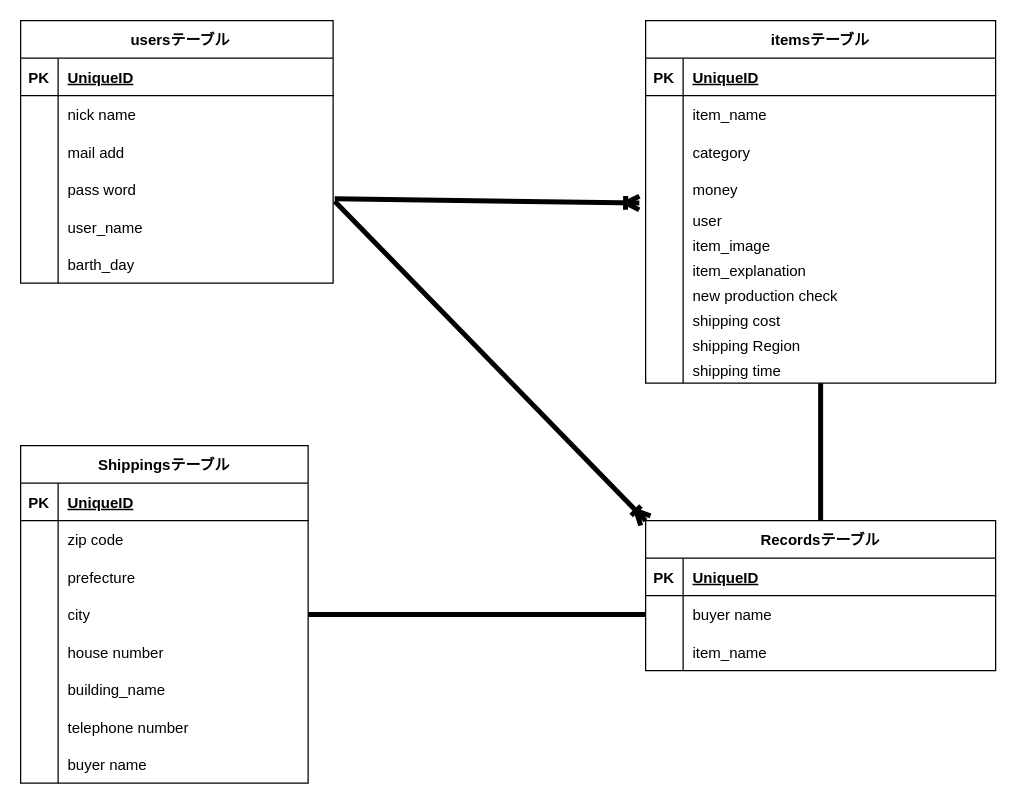
The draw.io diagram furima.dio in Tomapin/furima-41470, before the edit. Source tidied: cells renumbered, new cells numbered last; positions are measured from the earlier drawing's top-left corner, leaving out a move shared by most shapes. Both pictures are drawn from the tidied source at 125%, with x=0, y=0 at pixel (20, 20).
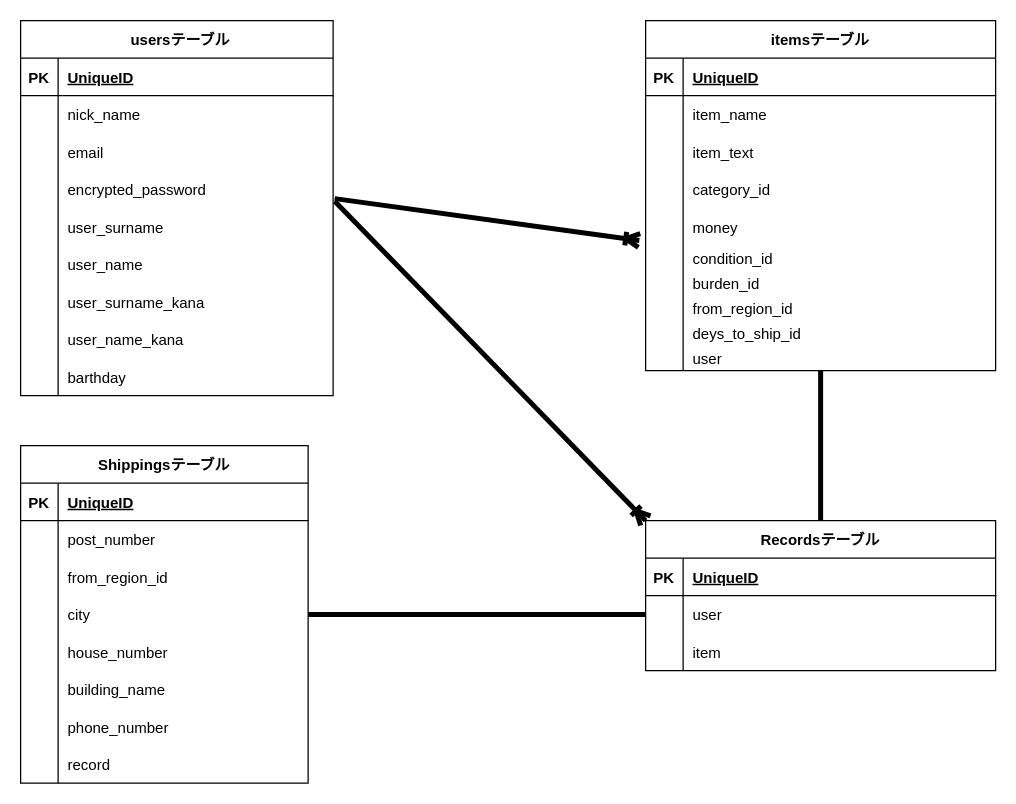
After the change.

Commit message (it also covers changes not shown here):
データベース設計再作成⑫

Unchanged cells that the change refers to:
```xml
<mxCell id="6" style="shape=tableRow;horizontal=0;startSize=0;swimlaneHead=0;swimlaneBody=0;fillColor=none;top=0;left=0;right=0;bottom=0;" parent="2" vertex="1">
  <mxGeometry y="60" width="250" height="30" as="geometry" />
</mxCell>
<mxCell id="9" style="shape=tableRow;horizontal=0;startSize=0;swimlaneHead=0;swimlaneBody=0;fillColor=none;top=0;left=0;right=0;bottom=0;" parent="2" vertex="1">
  <mxGeometry y="90" width="250" height="30" as="geometry" />
</mxCell>
<mxCell id="12" style="shape=tableRow;horizontal=0;startSize=0;swimlaneHead=0;swimlaneBody=0;fillColor=none;points=[[0,0.5],[1,0.5]];portConstraint=eastwest;top=0;left=0;right=0;bottom=0;" parent="2" vertex="1">
  <mxGeometry y="120" width="250" height="30" as="geometry" />
</mxCell>
<mxCell id="15" style="shape=tableRow;horizontal=0;startSize=0;swimlaneHead=0;swimlaneBody=0;fillColor=none;points=[[0,0.5],[1,0.5]];portConstraint=eastwest;top=0;left=0;right=0;bottom=0;" parent="2" vertex="1">
  <mxGeometry y="150" width="250" height="30" as="geometry" />
</mxCell>
<mxCell id="28" style="shape=tableRow;horizontal=0;startSize=0;swimlaneHead=0;swimlaneBody=0;fillColor=none;top=0;left=0;right=0;bottom=0;" parent="21" vertex="1">
  <mxGeometry y="90" width="280" height="30" as="geometry" />
</mxCell>
<mxCell id="60" style="shape=tableRow;horizontal=0;startSize=0;swimlaneHead=0;swimlaneBody=0;fillColor=none;points=[[0,0.5],[1,0.5]];portConstraint=eastwest;top=0;left=0;right=0;bottom=0;" parent="56" vertex="1">
  <mxGeometry y="60" width="280" height="30" as="geometry" />
</mxCell>
<mxCell id="63" style="shape=tableRow;horizontal=0;startSize=0;swimlaneHead=0;swimlaneBody=0;fillColor=none;top=0;left=0;right=0;bottom=0;" parent="56" vertex="1">
  <mxGeometry y="90" width="280" height="30" as="geometry" />
</mxCell>
<mxCell id="72" style="shape=tableRow;horizontal=0;startSize=0;swimlaneHead=0;swimlaneBody=0;fillColor=none;top=0;left=0;right=0;bottom=0;" parent="68" vertex="1">
  <mxGeometry y="60" width="230" height="30" as="geometry" />
</mxCell>
<mxCell id="75" style="shape=tableRow;horizontal=0;startSize=0;swimlaneHead=0;swimlaneBody=0;fillColor=none;top=0;left=0;right=0;bottom=0;" parent="68" vertex="1">
  <mxGeometry y="90" width="230" height="30" as="geometry" />
</mxCell>
<mxCell id="81" style="shape=tableRow;horizontal=0;startSize=0;swimlaneHead=0;swimlaneBody=0;fillColor=none;top=0;left=0;right=0;bottom=0;" parent="68" vertex="1">
  <mxGeometry y="150" width="230" height="30" as="geometry" />
</mxCell>
<mxCell id="87" style="shape=tableRow;horizontal=0;startSize=0;swimlaneHead=0;swimlaneBody=0;fillColor=none;top=0;left=0;right=0;bottom=0;" parent="68" vertex="1">
  <mxGeometry y="210" width="230" height="30" as="geometry" />
</mxCell>
<mxCell id="90" style="shape=tableRow;horizontal=0;startSize=0;swimlaneHead=0;swimlaneBody=0;fillColor=none;top=0;left=0;right=0;bottom=0;" parent="68" vertex="1">
  <mxGeometry y="240" width="230" height="30" as="geometry" />
</mxCell>
```

Change to the diagram source:
```diff
@@
     <mxCell id="2" value="usersテーブル" style="shape=table;startSize=30;childLayout=tableLayout;rowLines=0;fontStyle=1;align=center;fillColor=none;spacingLeft=6;" parent="1" vertex="1">
-      <mxGeometry width="250" height="210" as="geometry" />
+      <mxGeometry width="250" height="300" as="geometry" />
     </mxCell>
@@
-    <mxCell id="8" value="nick name" style="shape=partialRectangle;fillColor=none;top=0;left=0;bottom=0;right=0;align=left;spacingLeft=6;overflow=hidden;" parent="6" vertex="1">
+    <mxCell id="8" value="nick_name" style="shape=partialRectangle;fillColor=none;top=0;left=0;bottom=0;right=0;align=left;spacingLeft=6;overflow=hidden;" parent="6" vertex="1">
       <mxGeometry x="30" width="220" height="30" as="geometry" />
     </mxCell>
@@
-    <mxCell id="11" value="mail add" style="shape=partialRectangle;fillColor=none;top=0;left=0;bottom=0;right=0;align=left;spacingLeft=6;overflow=hidden;" parent="9" vertex="1">
+    <mxCell id="11" value="email" style="shape=partialRectangle;fillColor=none;top=0;left=0;bottom=0;right=0;align=left;spacingLeft=6;overflow=hidden;" parent="9" vertex="1">
       <mxGeometry x="30" width="220" height="30" as="geometry" />
     </mxCell>
@@
-    <mxCell id="14" value="pass word" style="shape=partialRectangle;fillColor=none;top=0;left=0;bottom=0;right=0;align=left;spacingLeft=6;overflow=hidden;" parent="12" vertex="1">
+    <mxCell id="14" value="encrypted_password" style="shape=partialRectangle;fillColor=none;top=0;left=0;bottom=0;right=0;align=left;spacingLeft=6;overflow=hidden;" parent="12" vertex="1">
       <mxGeometry x="30" width="220" height="30" as="geometry" />
     </mxCell>
@@
-    <mxCell id="17" value="user_name" style="shape=partialRectangle;fillColor=none;top=0;left=0;bottom=0;right=0;align=left;spacingLeft=6;overflow=hidden;" parent="15" vertex="1">
+    <mxCell id="17" value="user_surname" style="shape=partialRectangle;fillColor=none;top=0;left=0;bottom=0;right=0;align=left;spacingLeft=6;overflow=hidden;" parent="15" vertex="1">
       <mxGeometry x="30" width="220" height="30" as="geometry" />
     </mxCell>
+    <mxCell id="94" style="shape=tableRow;horizontal=0;startSize=0;swimlaneHead=0;swimlaneBody=0;fillColor=none;top=0;left=0;right=0;bottom=0;" parent="2" vertex="1">
+      <mxGeometry y="180" width="250" height="30" as="geometry" />
+    </mxCell>
+    <mxCell id="95" style="shape=partialRectangle;fillColor=none;top=0;left=0;bottom=0;right=0;overflow=hidden;" parent="94" vertex="1">
+      <mxGeometry width="30" height="30" as="geometry" />
+    </mxCell>
+    <mxCell id="96" value="user_name" style="shape=partialRectangle;fillColor=none;top=0;left=0;bottom=0;right=0;align=left;spacingLeft=6;overflow=hidden;" parent="94" vertex="1">
+      <mxGeometry x="30" width="220" height="30" as="geometry" />
+    </mxCell>
+    <mxCell id="97" style="shape=tableRow;horizontal=0;startSize=0;swimlaneHead=0;swimlaneBody=0;fillColor=none;top=0;left=0;right=0;bottom=0;" parent="2" vertex="1">
+      <mxGeometry y="210" width="250" height="30" as="geometry" />
+    </mxCell>
+    <mxCell id="98" style="shape=partialRectangle;fillColor=none;top=0;left=0;bottom=0;right=0;overflow=hidden;" parent="97" vertex="1">
+      <mxGeometry width="30" height="30" as="geometry" />
+    </mxCell>
+    <mxCell id="99" value="user_surname_kana" style="shape=partialRectangle;fillColor=none;top=0;left=0;bottom=0;right=0;align=left;spacingLeft=6;overflow=hidden;" parent="97" vertex="1">
+      <mxGeometry x="30" width="220" height="30" as="geometry" />
+    </mxCell>
+    <mxCell id="100" style="shape=tableRow;horizontal=0;startSize=0;swimlaneHead=0;swimlaneBody=0;fillColor=none;top=0;left=0;right=0;bottom=0;" parent="2" vertex="1">
+      <mxGeometry y="240" width="250" height="30" as="geometry" />
+    </mxCell>
+    <mxCell id="101" style="shape=partialRectangle;fillColor=none;top=0;left=0;bottom=0;right=0;overflow=hidden;" parent="100" vertex="1">
+      <mxGeometry width="30" height="30" as="geometry" />
+    </mxCell>
+    <mxCell id="102" value="user_name_kana" style="shape=partialRectangle;fillColor=none;top=0;left=0;bottom=0;right=0;align=left;spacingLeft=6;overflow=hidden;" parent="100" vertex="1">
+      <mxGeometry x="30" width="220" height="30" as="geometry" />
+    </mxCell>
     <mxCell id="18" style="shape=tableRow;horizontal=0;startSize=0;swimlaneHead=0;swimlaneBody=0;fillColor=none;top=0;left=0;right=0;bottom=0;" parent="2" vertex="1">
-      <mxGeometry y="180" width="250" height="30" as="geometry" />
+      <mxGeometry y="270" width="250" height="30" as="geometry" />
     </mxCell>
@@
-    <mxCell id="20" value="barth_day" style="shape=partialRectangle;fillColor=none;top=0;left=0;bottom=0;right=0;align=left;spacingLeft=6;overflow=hidden;" parent="18" vertex="1">
+    <mxCell id="20" value="barthday" style="shape=partialRectangle;fillColor=none;top=0;left=0;bottom=0;right=0;align=left;spacingLeft=6;overflow=hidden;" parent="18" vertex="1">
       <mxGeometry x="30" width="220" height="30" as="geometry" />
     </mxCell>
     <mxCell id="21" value="itemsテーブル" style="shape=table;startSize=30;childLayout=tableLayout;rowLines=0;fontStyle=1;align=center;" parent="1" vertex="1">
-      <mxGeometry x="500" width="280" height="290" as="geometry" />
+      <mxGeometry x="500" width="280" height="280" as="geometry" />
     </mxCell>
@@
-    <mxCell id="30" value="category" style="shape=partialRectangle;fillColor=none;top=0;left=0;bottom=0;right=0;align=left;spacingLeft=6;overflow=hidden;" parent="28" vertex="1">
+    <mxCell id="30" value="item_text" style="shape=partialRectangle;fillColor=none;top=0;left=0;bottom=0;right=0;align=left;spacingLeft=6;overflow=hidden;" parent="28" vertex="1">
       <mxGeometry x="30" width="250" height="30" as="geometry" />
     </mxCell>
+    <mxCell id="103" style="shape=tableRow;horizontal=0;startSize=0;swimlaneHead=0;swimlaneBody=0;fillColor=none;top=0;left=0;right=0;bottom=0;" parent="21" vertex="1">
+      <mxGeometry y="120" width="280" height="30" as="geometry" />
+    </mxCell>
+    <mxCell id="104" style="shape=partialRectangle;fillColor=none;top=0;left=0;bottom=0;right=0;overflow=hidden;" parent="103" vertex="1">
+      <mxGeometry width="30" height="30" as="geometry" />
+    </mxCell>
+    <mxCell id="105" value="category_id" style="shape=partialRectangle;fillColor=none;top=0;left=0;bottom=0;right=0;align=left;spacingLeft=6;overflow=hidden;" parent="103" vertex="1">
+      <mxGeometry x="30" width="250" height="30" as="geometry" />
+    </mxCell>
     <mxCell id="31" style="shape=tableRow;horizontal=0;startSize=0;swimlaneHead=0;swimlaneBody=0;fillColor=none;top=0;left=0;right=0;bottom=0;" parent="21" vertex="1">
-      <mxGeometry y="120" width="280" height="30" as="geometry" />
+      <mxGeometry y="150" width="280" height="30" as="geometry" />
     </mxCell>
@@
     <mxCell id="34" style="shape=tableRow;horizontal=0;startSize=0;swimlaneHead=0;swimlaneBody=0;fillColor=none;points=[[0,0.5],[1,0.5]];portConstraint=eastwest;top=0;left=0;right=0;bottom=0;" parent="21" vertex="1">
-      <mxGeometry y="150" width="280" height="20" as="geometry" />
+      <mxGeometry y="180" width="280" height="20" as="geometry" />
     </mxCell>
@@
-    <mxCell id="36" value="user" style="shape=partialRectangle;fillColor=none;top=0;left=0;bottom=0;right=0;align=left;spacingLeft=6;overflow=hidden;" parent="34" vertex="1">
+    <mxCell id="36" value="condition_id" style="shape=partialRectangle;fillColor=none;top=0;left=0;bottom=0;right=0;align=left;spacingLeft=6;overflow=hidden;" parent="34" vertex="1">
       <mxGeometry x="30" width="250" height="20" as="geometry" />
     </mxCell>
     <mxCell id="37" style="shape=tableRow;horizontal=0;startSize=0;swimlaneHead=0;swimlaneBody=0;fillColor=none;top=0;left=0;right=0;bottom=0;" parent="21" vertex="1">
-      <mxGeometry y="170" width="280" height="20" as="geometry" />
+      <mxGeometry y="200" width="280" height="20" as="geometry" />
     </mxCell>
@@
-    <mxCell id="39" value="item_image" style="shape=partialRectangle;fillColor=none;top=0;left=0;bottom=0;right=0;align=left;spacingLeft=6;overflow=hidden;" parent="37" vertex="1">
+    <mxCell id="39" value="burden_id" style="shape=partialRectangle;fillColor=none;top=0;left=0;bottom=0;right=0;align=left;spacingLeft=6;overflow=hidden;" parent="37" vertex="1">
       <mxGeometry x="30" width="250" height="20" as="geometry" />
     </mxCell>
     <mxCell id="40" style="shape=tableRow;horizontal=0;startSize=0;swimlaneHead=0;swimlaneBody=0;fillColor=none;top=0;left=0;right=0;bottom=0;" parent="21" vertex="1">
-      <mxGeometry y="190" width="280" height="20" as="geometry" />
+      <mxGeometry y="220" width="280" height="20" as="geometry" />
     </mxCell>
@@
-    <mxCell id="42" value="item_explanation" style="shape=partialRectangle;fillColor=none;top=0;left=0;bottom=0;right=0;align=left;spacingLeft=6;overflow=hidden;" parent="40" vertex="1">
+    <mxCell id="42" value="from_region_id" style="shape=partialRectangle;fillColor=none;top=0;left=0;bottom=0;right=0;align=left;spacingLeft=6;overflow=hidden;" parent="40" vertex="1">
       <mxGeometry x="30" width="250" height="20" as="geometry" />
     </mxCell>
     <mxCell id="43" style="shape=tableRow;horizontal=0;startSize=0;swimlaneHead=0;swimlaneBody=0;fillColor=none;top=0;left=0;right=0;bottom=0;" parent="21" vertex="1">
-      <mxGeometry y="210" width="280" height="20" as="geometry" />
+      <mxGeometry y="240" width="280" height="20" as="geometry" />
     </mxCell>
@@
-    <mxCell id="45" value="new production check" style="shape=partialRectangle;fillColor=none;top=0;left=0;bottom=0;right=0;align=left;spacingLeft=6;overflow=hidden;" parent="43" vertex="1">
+    <mxCell id="45" value="deys_to_ship_id" style="shape=partialRectangle;fillColor=none;top=0;left=0;bottom=0;right=0;align=left;spacingLeft=6;overflow=hidden;" parent="43" vertex="1">
       <mxGeometry x="30" width="250" height="20" as="geometry" />
     </mxCell>
     <mxCell id="46" style="shape=tableRow;horizontal=0;startSize=0;swimlaneHead=0;swimlaneBody=0;fillColor=none;top=0;left=0;right=0;bottom=0;" parent="21" vertex="1">
-      <mxGeometry y="230" width="280" height="20" as="geometry" />
+      <mxGeometry y="260" width="280" height="20" as="geometry" />
     </mxCell>
@@
-    <mxCell id="48" value="shipping cost" style="shape=partialRectangle;fillColor=none;top=0;left=0;bottom=0;right=0;align=left;spacingLeft=6;overflow=hidden;" parent="46" vertex="1">
+    <mxCell id="48" value="user" style="shape=partialRectangle;fillColor=none;top=0;left=0;bottom=0;right=0;align=left;spacingLeft=6;overflow=hidden;" parent="46" vertex="1">
       <mxGeometry x="30" width="250" height="20" as="geometry" />
     </mxCell>
-    <mxCell id="49" style="shape=tableRow;horizontal=0;startSize=0;swimlaneHead=0;swimlaneBody=0;fillColor=none;top=0;left=0;right=0;bottom=0;" parent="21" vertex="1">
-      <mxGeometry y="250" width="280" height="20" as="geometry" />
-    </mxCell>
-    <mxCell id="50" style="shape=partialRectangle;fillColor=none;top=0;left=0;bottom=0;right=0;overflow=hidden;" parent="49" vertex="1">
-      <mxGeometry width="30" height="20" as="geometry" />
-    </mxCell>
-    <mxCell id="51" value="shipping Region" style="shape=partialRectangle;fillColor=none;top=0;left=0;bottom=0;right=0;align=left;spacingLeft=6;overflow=hidden;" parent="49" vertex="1">
-      <mxGeometry x="30" width="250" height="20" as="geometry" />
-    </mxCell>
-    <mxCell id="52" style="shape=tableRow;horizontal=0;startSize=0;swimlaneHead=0;swimlaneBody=0;fillColor=none;top=0;left=0;right=0;bottom=0;" parent="21" vertex="1">
-      <mxGeometry y="270" width="280" height="20" as="geometry" />
-    </mxCell>
-    <mxCell id="53" style="shape=partialRectangle;fillColor=none;top=0;left=0;bottom=0;right=0;overflow=hidden;" parent="52" vertex="1">
-      <mxGeometry width="30" height="20" as="geometry" />
-    </mxCell>
-    <mxCell id="54" value="shipping time" style="shape=partialRectangle;fillColor=none;top=0;left=0;bottom=0;right=0;align=left;spacingLeft=6;overflow=hidden;" parent="52" vertex="1">
-      <mxGeometry x="30" width="250" height="20" as="geometry" />
-    </mxCell>
@@
-    <mxCell id="62" value="buyer name" style="shape=partialRectangle;fillColor=none;top=0;left=0;bottom=0;right=0;align=left;spacingLeft=6;overflow=hidden;" parent="60" vertex="1">
+    <mxCell id="62" value="user" style="shape=partialRectangle;fillColor=none;top=0;left=0;bottom=0;right=0;align=left;spacingLeft=6;overflow=hidden;" parent="60" vertex="1">
       <mxGeometry x="30" width="250" height="30" as="geometry" />
     </mxCell>
@@
-    <mxCell id="65" value="item_name" style="shape=partialRectangle;fillColor=none;top=0;left=0;bottom=0;right=0;align=left;spacingLeft=6;overflow=hidden;" parent="63" vertex="1">
+    <mxCell id="65" value="item" style="shape=partialRectangle;fillColor=none;top=0;left=0;bottom=0;right=0;align=left;spacingLeft=6;overflow=hidden;" parent="63" vertex="1">
       <mxGeometry x="30" width="250" height="30" as="geometry" />
     </mxCell>
@@
-    <mxCell id="74" value="zip code" style="shape=partialRectangle;fillColor=none;top=0;left=0;bottom=0;right=0;align=left;spacingLeft=6;overflow=hidden;" parent="72" vertex="1">
+    <mxCell id="74" value="post_number" style="shape=partialRectangle;fillColor=none;top=0;left=0;bottom=0;right=0;align=left;spacingLeft=6;overflow=hidden;" parent="72" vertex="1">
       <mxGeometry x="30" width="200" height="30" as="geometry" />
     </mxCell>
@@
-    <mxCell id="77" value="prefecture" style="shape=partialRectangle;fillColor=none;top=0;left=0;bottom=0;right=0;align=left;spacingLeft=6;overflow=hidden;" parent="75" vertex="1">
+    <mxCell id="77" value="from_region_id" style="shape=partialRectangle;fillColor=none;top=0;left=0;bottom=0;right=0;align=left;spacingLeft=6;overflow=hidden;" parent="75" vertex="1">
       <mxGeometry x="30" width="200" height="30" as="geometry" />
     </mxCell>
@@
-    <mxCell id="83" value="house number" style="shape=partialRectangle;fillColor=none;top=0;left=0;bottom=0;right=0;align=left;spacingLeft=6;overflow=hidden;" parent="81" vertex="1">
+    <mxCell id="83" value="house_number" style="shape=partialRectangle;fillColor=none;top=0;left=0;bottom=0;right=0;align=left;spacingLeft=6;overflow=hidden;" parent="81" vertex="1">
       <mxGeometry x="30" width="200" height="30" as="geometry" />
     </mxCell>
@@
-    <mxCell id="89" value="telephone number" style="shape=partialRectangle;fillColor=none;top=0;left=0;bottom=0;right=0;align=left;spacingLeft=6;overflow=hidden;" parent="87" vertex="1">
+    <mxCell id="89" value="phone_number" style="shape=partialRectangle;fillColor=none;top=0;left=0;bottom=0;right=0;align=left;spacingLeft=6;overflow=hidden;" parent="87" vertex="1">
       <mxGeometry x="30" width="200" height="30" as="geometry" />
     </mxCell>
@@
-    <mxCell id="92" value="buyer name" style="shape=partialRectangle;fillColor=none;top=0;left=0;bottom=0;right=0;align=left;spacingLeft=6;overflow=hidden;" parent="90" vertex="1">
+    <mxCell id="92" value="record" style="shape=partialRectangle;fillColor=none;top=0;left=0;bottom=0;right=0;align=left;spacingLeft=6;overflow=hidden;" parent="90" vertex="1">
       <mxGeometry x="30" width="200" height="30" as="geometry" />
     </mxCell>
```
